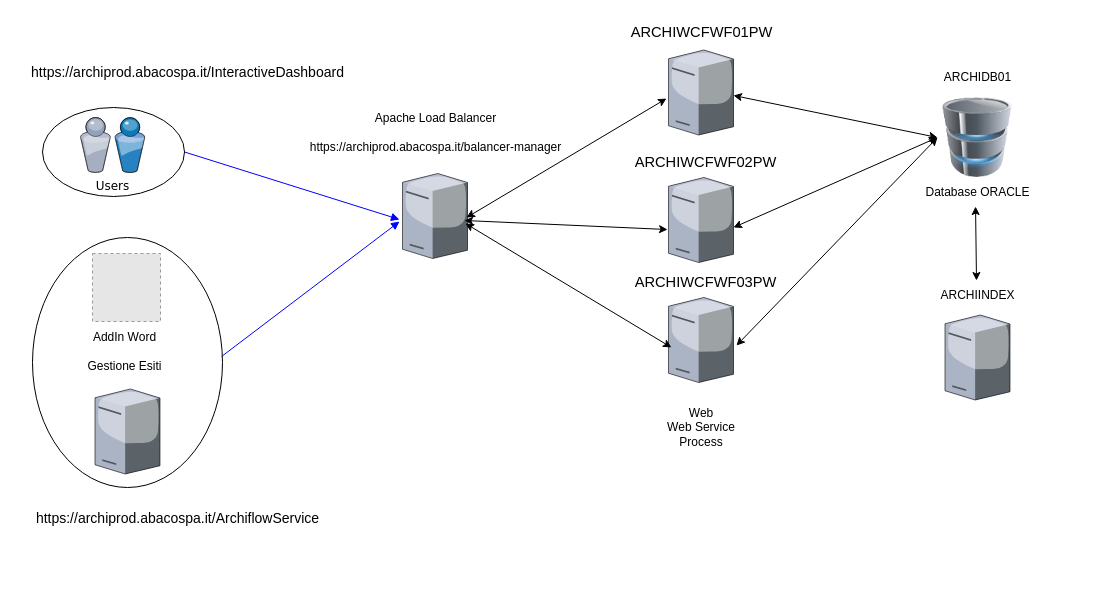
The draw.io diagram Archiflow Struttura.drawio in marcogarbujoabaco/drawio, before the edit. Source tidied: cells renumbered, new cells numbered last; positions are measured from the earlier drawing's top-left corner, leaving out a move shared by most shapes. Both pictures are drawn from the tidied source at 100%, with x=0, y=0 at pixel (17, 17). Pictures stored in the file or linked from it are replaced by grey dashed boxes.
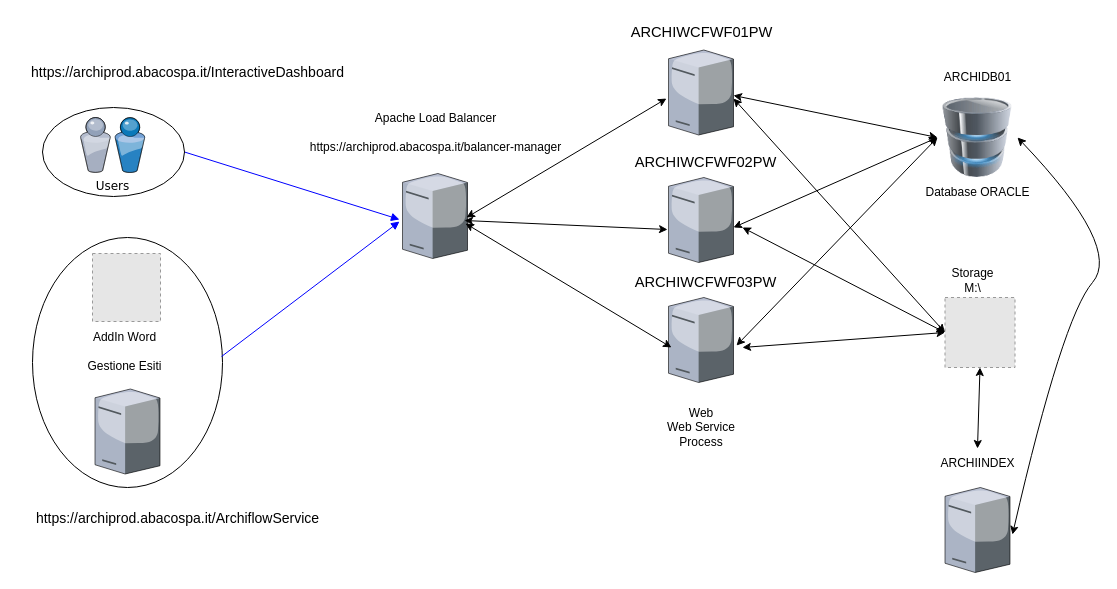
Above is the later version.

Unchanged cells that the change refers to:
```xml
<mxCell id="3" style="verticalLabelPosition=bottom;html=1;verticalAlign=top;strokeColor=none;shape=mxgraph.citrix.tower_server;rounded=0;shadow=0;comic=0;fontFamily=Verdana;" parent="1" vertex="1">
  <mxGeometry x="651" y="160" width="65" height="85" as="geometry" />
</mxCell>
<mxCell id="4" style="verticalLabelPosition=bottom;html=1;verticalAlign=top;strokeColor=none;shape=mxgraph.citrix.tower_server;rounded=0;shadow=0;comic=0;fontFamily=Verdana;" parent="1" vertex="1">
  <mxGeometry x="651" y="280" width="65" height="85" as="geometry" />
</mxCell>
<mxCell id="21" style="verticalLabelPosition=bottom;html=1;verticalAlign=top;strokeColor=none;shape=mxgraph.citrix.tower_server;rounded=0;shadow=0;comic=0;fontFamily=Verdana;" parent="1" vertex="1">
  <mxGeometry x="651" y="32.5" width="65" height="85" as="geometry" />
</mxCell>
<mxCell id="26" style="image;html=1;image=img/lib/clip_art/computers/Database_128x128.png;" parent="1" vertex="1">
  <mxGeometry x="920" y="80" width="80" height="80" as="geometry" />
</mxCell>
<mxCell id="28" value="Database ORACLE" style="text;html=1;align=center;verticalAlign=middle;points=[];strokeColor=none;fillColor=none;" parent="1" vertex="1">
  <mxGeometry x="895" y="160" width="130" height="30" as="geometry" />
</mxCell>
```

The edit, as a diff of the source:
```diff
@@
-    <mxCell id="29" style="verticalLabelPosition=bottom;html=1;verticalAlign=top;strokeColor=none;shape=mxgraph.citrix.tower_server;rounded=0;shadow=0;comic=0;fontFamily=Verdana;" parent="1" vertex="1">
-      <mxGeometry x="927.5" y="297.5" width="65" height="85" as="geometry" />
-    </mxCell>
-    <mxCell id="30" value="ARCHIINDEX" style="text;html=1;align=center;verticalAlign=middle;points=[];strokeColor=none;fillColor=none;" parent="1" vertex="1">
-      <mxGeometry x="910" y="262.5" width="100" height="30" as="geometry" />
-    </mxCell>
@@
-    <mxCell id="34" style="endArrow=classic;startArrow=classic;html=1;rounded=0;entryX=0.485;entryY=0.967;entryDx=0;entryDy=0;exitX=0.49;exitY=0.017;exitDx=0;exitDy=0;exitPerimeter=0;entryPerimeter=0;" parent="1" edge="1" source="30" target="28">
-      <mxGeometry relative="1" as="geometry" />
-    </mxCell>
+    <mxCell id="35" style="verticalLabelPosition=bottom;html=1;verticalAlign=top;strokeColor=none;shape=mxgraph.citrix.tower_server;rounded=0;shadow=0;comic=0;fontFamily=Verdana;" parent="1" vertex="1">
+      <mxGeometry x="927.5" y="470" width="65" height="85" as="geometry" />
+    </mxCell>
+    <mxCell id="30" value="ARCHIINDEX" style="text;html=1;align=center;verticalAlign=middle;points=[];strokeColor=none;fillColor=none;" parent="1" vertex="1">
+      <mxGeometry x="910" y="431" width="100" height="30" as="geometry" />
+    </mxCell>
+    <mxCell id="36" style="curved=1;endArrow=classic;html=1;rounded=0;entryX=1;entryY=0.5;entryDx=0;entryDy=0;exitX=1.038;exitY=0.553;exitDx=0;exitDy=0;exitPerimeter=0;startArrow=classic;startFill=1;" parent="1" edge="1" source="35" target="26">
+      <mxGeometry relative="1" as="geometry">
+        <Array as="points">
+          <mxPoint x="1045" y="300" />
+          <mxPoint x="1105" y="230" />
+        </Array>
+      </mxGeometry>
+    </mxCell>
+    <mxCell id="37" style="fillColor=#E6E6E6;strokeColor=#999999;dashed=1;html=1;verticalAlign=top;verticalLabelPosition=bottom;labelBackgroundColor=#ffffff;" parent="1" vertex="1">
+      <mxGeometry x="927.5" y="280" width="70" height="70" as="geometry" />
+    </mxCell>
+    <mxCell id="38" value="Storage&lt;div&gt;M:\&lt;/div&gt;" style="text;html=1;align=center;verticalAlign=middle;strokeColor=none;fillColor=none;" parent="1" vertex="1">
+      <mxGeometry x="920" y="243" width="70" height="40" as="geometry" />
+    </mxCell>
+    <mxCell id="39" style="endArrow=classic;startArrow=classic;html=1;rounded=0;entryX=0.5;entryY=1;entryDx=0;entryDy=0;exitX=0.5;exitY=0;exitDx=0;exitDy=0;exitPerimeter=0;" parent="1" edge="1" source="30" target="37">
+      <mxGeometry relative="1" as="geometry" />
+    </mxCell>
+    <mxCell id="40" style="endArrow=classic;startArrow=classic;html=1;rounded=0;entryX=0;entryY=0.5;entryDx=0;entryDy=0;exitX=1.138;exitY=0.588;exitDx=0;exitDy=0;exitPerimeter=0;" parent="1" edge="1" source="4" target="37">
+      <mxGeometry relative="1" as="geometry" />
+    </mxCell>
+    <mxCell id="41" style="endArrow=classic;startArrow=classic;html=1;rounded=0;exitX=1.138;exitY=0.588;exitDx=0;exitDy=0;exitPerimeter=0;entryX=0;entryY=0.5;entryDx=0;entryDy=0;" parent="1" edge="1" source="3" target="37">
+      <mxGeometry relative="1" as="geometry" />
+    </mxCell>
+    <mxCell id="42" style="endArrow=classic;startArrow=classic;html=1;rounded=0;exitX=1;exitY=0.571;exitDx=0;exitDy=0;exitPerimeter=0;entryX=0;entryY=0.5;entryDx=0;entryDy=0;" parent="1" edge="1" source="21" target="37">
+      <mxGeometry relative="1" as="geometry" />
+    </mxCell>
```
